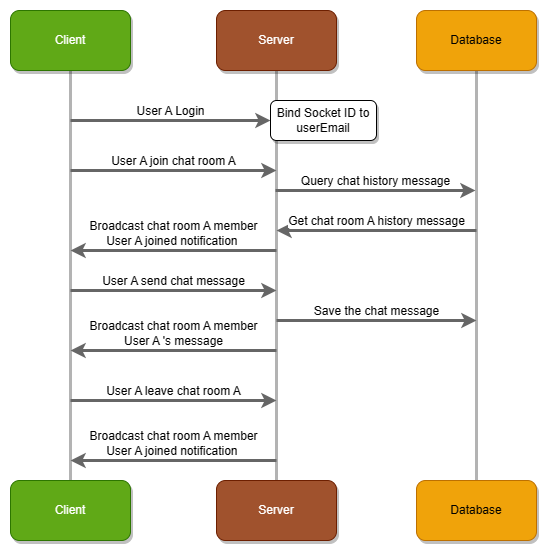
Above: README/Socket Architecture - ChatRoom.drawio.png in tom54699/Tobicord (draw.io), before the change. Source tidied: cells renumbered, new cells last; positions are measured from the earlier drawing's top-left corner, leaving out a move shared by most shapes. Its diagram source:
```xml
<mxGraphModel>
  <root>
    <mxCell id="0" />
    <mxCell id="1" parent="0" />
    <mxCell id="2" style="edgeStyle=orthogonalEdgeStyle;rounded=0;jettySize=auto;html=1;exitX=0.5;exitY=1;exitDx=0;exitDy=0;entryX=0.5;entryY=0;entryDx=0;entryDy=0;fillColor=#f5f5f5;strokeColor=#B3B3B3;endArrow=none;endFill=0;strokeWidth=3;" parent="1" edge="1" source="3" target="8">
      <mxGeometry relative="1" as="geometry" />
    </mxCell>
    <mxCell id="3" value="Client" style="rounded=1;whiteSpace=wrap;html=1;fillColor=#60a917;strokeColor=#2D7600;fontColor=#ffffff;shadow=1;" parent="1" vertex="1">
      <mxGeometry width="120" height="60" as="geometry" />
    </mxCell>
    <mxCell id="4" style="edgeStyle=orthogonalEdgeStyle;rounded=0;jettySize=auto;html=1;exitX=0.5;exitY=1;exitDx=0;exitDy=0;entryX=0.5;entryY=0;entryDx=0;entryDy=0;strokeColor=#B3B3B3;strokeWidth=3;endArrow=none;endFill=0;" parent="1" edge="1" source="5" target="10">
      <mxGeometry relative="1" as="geometry" />
    </mxCell>
    <mxCell id="5" value="Database" style="rounded=1;whiteSpace=wrap;html=1;fillColor=#f0a30a;strokeColor=#BD7000;fontColor=#000000;shadow=1;" parent="1" vertex="1">
      <mxGeometry x="406" width="120" height="60" as="geometry" />
    </mxCell>
    <mxCell id="6" style="edgeStyle=orthogonalEdgeStyle;rounded=0;jettySize=auto;html=1;exitX=0.5;exitY=1;exitDx=0;exitDy=0;entryX=0.5;entryY=0;entryDx=0;entryDy=0;strokeColor=#B3B3B3;strokeWidth=3;endArrow=none;endFill=0;" parent="1" edge="1" source="7" target="9">
      <mxGeometry relative="1" as="geometry" />
    </mxCell>
    <mxCell id="7" value="Server" style="rounded=1;whiteSpace=wrap;html=1;fillColor=#a0522d;strokeColor=#6D1F00;fontColor=#ffffff;shadow=1;" parent="1" vertex="1">
      <mxGeometry x="206" width="120" height="60" as="geometry" />
    </mxCell>
    <mxCell id="8" value="Client" style="rounded=1;whiteSpace=wrap;html=1;fillColor=#60a917;strokeColor=#2D7600;fontColor=#ffffff;shadow=1;" parent="1" vertex="1">
      <mxGeometry y="470" width="120" height="60" as="geometry" />
    </mxCell>
    <mxCell id="9" value="Server" style="rounded=1;whiteSpace=wrap;html=1;fillColor=#a0522d;strokeColor=#6D1F00;fontColor=#ffffff;shadow=1;" parent="1" vertex="1">
      <mxGeometry x="206" y="470" width="120" height="60" as="geometry" />
    </mxCell>
    <mxCell id="10" value="Database" style="rounded=1;whiteSpace=wrap;html=1;fillColor=#f0a30a;strokeColor=#BD7000;fontColor=#000000;shadow=1;" parent="1" vertex="1">
      <mxGeometry x="406" y="470" width="120" height="60" as="geometry" />
    </mxCell>
    <mxCell id="11" value="User A Login" style="endArrow=classic;html=1;rounded=0;strokeColor=#666666;strokeWidth=3;labelPosition=center;verticalLabelPosition=top;align=center;verticalAlign=bottom;" parent="1" edge="1">
      <mxGeometry relative="1" as="geometry">
        <mxPoint x="60" y="110" as="sourcePoint" />
        <mxPoint x="260" y="110" as="targetPoint" />
      </mxGeometry>
    </mxCell>
    <mxCell id="12" value="Bind Socket ID to userEmail" style="rounded=1;whiteSpace=wrap;html=1;shadow=1;" parent="1" vertex="1">
      <mxGeometry x="260" y="90" width="106" height="40" as="geometry" />
    </mxCell>
    <mxCell id="13" value="User A join chat room A" style="endArrow=classic;html=1;rounded=0;strokeColor=#666666;strokeWidth=3;labelPosition=center;verticalLabelPosition=top;align=center;verticalAlign=bottom;" parent="1" edge="1">
      <mxGeometry relative="1" as="geometry">
        <mxPoint x="60" y="160" as="sourcePoint" />
        <mxPoint x="266" y="160" as="targetPoint" />
      </mxGeometry>
    </mxCell>
    <mxCell id="14" value="Broadcast chat room A member&lt;br&gt;User A joined notification&amp;nbsp;" style="endArrow=none;html=1;rounded=0;strokeColor=#666666;strokeWidth=3;labelPosition=center;verticalLabelPosition=top;align=center;verticalAlign=bottom;startArrow=classic;startFill=1;endFill=0;" parent="1" edge="1">
      <mxGeometry relative="1" as="geometry">
        <mxPoint x="60" y="240" as="sourcePoint" />
        <mxPoint x="266" y="240" as="targetPoint" />
      </mxGeometry>
    </mxCell>
    <mxCell id="15" value="Get chat room A history message" style="endArrow=none;html=1;rounded=0;strokeColor=#666666;strokeWidth=3;labelPosition=center;verticalLabelPosition=top;align=center;verticalAlign=bottom;startArrow=classic;startFill=1;endFill=0;" parent="1" edge="1">
      <mxGeometry relative="1" as="geometry">
        <mxPoint x="266" y="220" as="sourcePoint" />
        <mxPoint x="466" y="220" as="targetPoint" />
      </mxGeometry>
    </mxCell>
    <mxCell id="16" value="Query chat history message" style="endArrow=classic;html=1;rounded=0;strokeColor=#666666;strokeWidth=3;labelPosition=center;verticalLabelPosition=top;align=center;verticalAlign=bottom;" parent="1" edge="1">
      <mxGeometry relative="1" as="geometry">
        <mxPoint x="265" y="180" as="sourcePoint" />
        <mxPoint x="465" y="180" as="targetPoint" />
      </mxGeometry>
    </mxCell>
    <mxCell id="17" value="User A send chat message" style="endArrow=classic;html=1;rounded=0;strokeColor=#666666;strokeWidth=3;labelPosition=center;verticalLabelPosition=top;align=center;verticalAlign=bottom;" parent="1" edge="1">
      <mxGeometry relative="1" as="geometry">
        <mxPoint x="60" y="280" as="sourcePoint" />
        <mxPoint x="266" y="280" as="targetPoint" />
      </mxGeometry>
    </mxCell>
    <mxCell id="18" value="Save the chat message" style="endArrow=classic;html=1;rounded=0;strokeColor=#666666;strokeWidth=3;labelPosition=center;verticalLabelPosition=top;align=center;verticalAlign=bottom;" parent="1" edge="1">
      <mxGeometry relative="1" as="geometry">
        <mxPoint x="266" y="310" as="sourcePoint" />
        <mxPoint x="466" y="310" as="targetPoint" />
      </mxGeometry>
    </mxCell>
    <mxCell id="19" value="Broadcast chat room A member&lt;br&gt;User A 's message" style="endArrow=none;html=1;rounded=0;strokeColor=#666666;strokeWidth=3;labelPosition=center;verticalLabelPosition=top;align=center;verticalAlign=bottom;startArrow=classic;startFill=1;endFill=0;" parent="1" edge="1">
      <mxGeometry relative="1" as="geometry">
        <mxPoint x="60" y="340" as="sourcePoint" />
        <mxPoint x="266" y="340" as="targetPoint" />
      </mxGeometry>
    </mxCell>
    <mxCell id="20" value="User A leave chat room A" style="endArrow=classic;html=1;rounded=0;strokeColor=#666666;strokeWidth=3;labelPosition=center;verticalLabelPosition=top;align=center;verticalAlign=bottom;" parent="1" edge="1">
      <mxGeometry relative="1" as="geometry">
        <mxPoint x="60" y="390" as="sourcePoint" />
        <mxPoint x="266" y="390" as="targetPoint" />
      </mxGeometry>
    </mxCell>
    <mxCell id="21" value="Broadcast chat room A member&lt;br&gt;User A joined notification&amp;nbsp;" style="endArrow=none;html=1;rounded=0;strokeColor=#666666;strokeWidth=3;labelPosition=center;verticalLabelPosition=top;align=center;verticalAlign=bottom;startArrow=classic;startFill=1;endFill=0;" parent="1" edge="1">
      <mxGeometry relative="1" as="geometry">
        <mxPoint x="60" y="450" as="sourcePoint" />
        <mxPoint x="266" y="450" as="targetPoint" />
      </mxGeometry>
    </mxCell>
  </root>
</mxGraphModel>
```
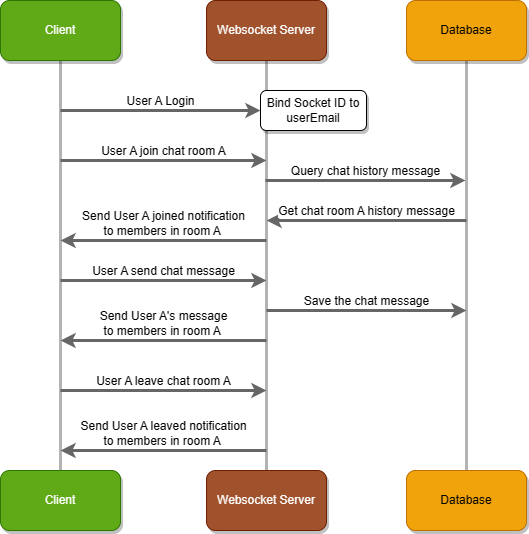
After the commit.

Change to the diagram source:
```diff
@@ -17,13 +17,13 @@
     <mxCell id="6" style="edgeStyle=orthogonalEdgeStyle;rounded=0;jettySize=auto;html=1;exitX=0.5;exitY=1;exitDx=0;exitDy=0;entryX=0.5;entryY=0;entryDx=0;entryDy=0;strokeColor=#B3B3B3;strokeWidth=3;endArrow=none;endFill=0;" parent="1" edge="1" source="7" target="9">
       <mxGeometry relative="1" as="geometry" />
     </mxCell>
-    <mxCell id="7" value="Server" style="rounded=1;whiteSpace=wrap;html=1;fillColor=#a0522d;strokeColor=#6D1F00;fontColor=#ffffff;shadow=1;" parent="1" vertex="1">
+    <mxCell id="7" value="Websocket Server" style="rounded=1;whiteSpace=wrap;html=1;fillColor=#a0522d;strokeColor=#6D1F00;fontColor=#ffffff;shadow=1;" parent="1" vertex="1">
       <mxGeometry x="206" width="120" height="60" as="geometry" />
     </mxCell>
     <mxCell id="8" value="Client" style="rounded=1;whiteSpace=wrap;html=1;fillColor=#60a917;strokeColor=#2D7600;fontColor=#ffffff;shadow=1;" parent="1" vertex="1">
       <mxGeometry y="470" width="120" height="60" as="geometry" />
     </mxCell>
-    <mxCell id="9" value="Server" style="rounded=1;whiteSpace=wrap;html=1;fillColor=#a0522d;strokeColor=#6D1F00;fontColor=#ffffff;shadow=1;" parent="1" vertex="1">
+    <mxCell id="9" value="Websocket Server" style="rounded=1;whiteSpace=wrap;html=1;fillColor=#a0522d;strokeColor=#6D1F00;fontColor=#ffffff;shadow=1;" parent="1" vertex="1">
       <mxGeometry x="206" y="470" width="120" height="60" as="geometry" />
     </mxCell>
     <mxCell id="10" value="Database" style="rounded=1;whiteSpace=wrap;html=1;fillColor=#f0a30a;strokeColor=#BD7000;fontColor=#000000;shadow=1;" parent="1" vertex="1">
@@ -44,7 +44,7 @@
         <mxPoint x="266" y="160" as="targetPoint" />
       </mxGeometry>
     </mxCell>
-    <mxCell id="14" value="Broadcast chat room A member&lt;br&gt;User A joined notification&amp;nbsp;" style="endArrow=none;html=1;rounded=0;strokeColor=#666666;strokeWidth=3;labelPosition=center;verticalLabelPosition=top;align=center;verticalAlign=bottom;startArrow=classic;startFill=1;endFill=0;" parent="1" edge="1">
+    <mxCell id="14" value="Send User A joined notification&lt;br&gt;to members in room A&amp;nbsp;" style="endArrow=none;html=1;rounded=0;strokeColor=#666666;strokeWidth=3;labelPosition=center;verticalLabelPosition=top;align=center;verticalAlign=bottom;startArrow=classic;startFill=1;endFill=0;" parent="1" edge="1">
       <mxGeometry relative="1" as="geometry">
         <mxPoint x="60" y="240" as="sourcePoint" />
         <mxPoint x="266" y="240" as="targetPoint" />
@@ -74,7 +74,7 @@
         <mxPoint x="466" y="310" as="targetPoint" />
       </mxGeometry>
     </mxCell>
-    <mxCell id="19" value="Broadcast chat room A member&lt;br&gt;User A 's message" style="endArrow=none;html=1;rounded=0;strokeColor=#666666;strokeWidth=3;labelPosition=center;verticalLabelPosition=top;align=center;verticalAlign=bottom;startArrow=classic;startFill=1;endFill=0;" parent="1" edge="1">
+    <mxCell id="19" value="Send&amp;nbsp;User A's message&lt;br style=&quot;border-color: var(--border-color);&quot;&gt;to members in room A&amp;nbsp;" style="endArrow=none;html=1;rounded=0;strokeColor=#666666;strokeWidth=3;labelPosition=center;verticalLabelPosition=top;align=center;verticalAlign=bottom;startArrow=classic;startFill=1;endFill=0;" parent="1" edge="1">
       <mxGeometry relative="1" as="geometry">
         <mxPoint x="60" y="340" as="sourcePoint" />
         <mxPoint x="266" y="340" as="targetPoint" />
@@ -86,7 +86,7 @@
         <mxPoint x="266" y="390" as="targetPoint" />
       </mxGeometry>
     </mxCell>
-    <mxCell id="21" value="Broadcast chat room A member&lt;br&gt;User A joined notification&amp;nbsp;" style="endArrow=none;html=1;rounded=0;strokeColor=#666666;strokeWidth=3;labelPosition=center;verticalLabelPosition=top;align=center;verticalAlign=bottom;startArrow=classic;startFill=1;endFill=0;" parent="1" edge="1">
+    <mxCell id="21" value="Send&amp;nbsp;User A leaved notification&lt;br style=&quot;border-color: var(--border-color);&quot;&gt;to members in room A&amp;nbsp;" style="endArrow=none;html=1;rounded=0;strokeColor=#666666;strokeWidth=3;labelPosition=center;verticalLabelPosition=top;align=center;verticalAlign=bottom;startArrow=classic;startFill=1;endFill=0;" parent="1" edge="1">
       <mxGeometry relative="1" as="geometry">
         <mxPoint x="60" y="450" as="sourcePoint" />
         <mxPoint x="266" y="450" as="targetPoint" />
```
